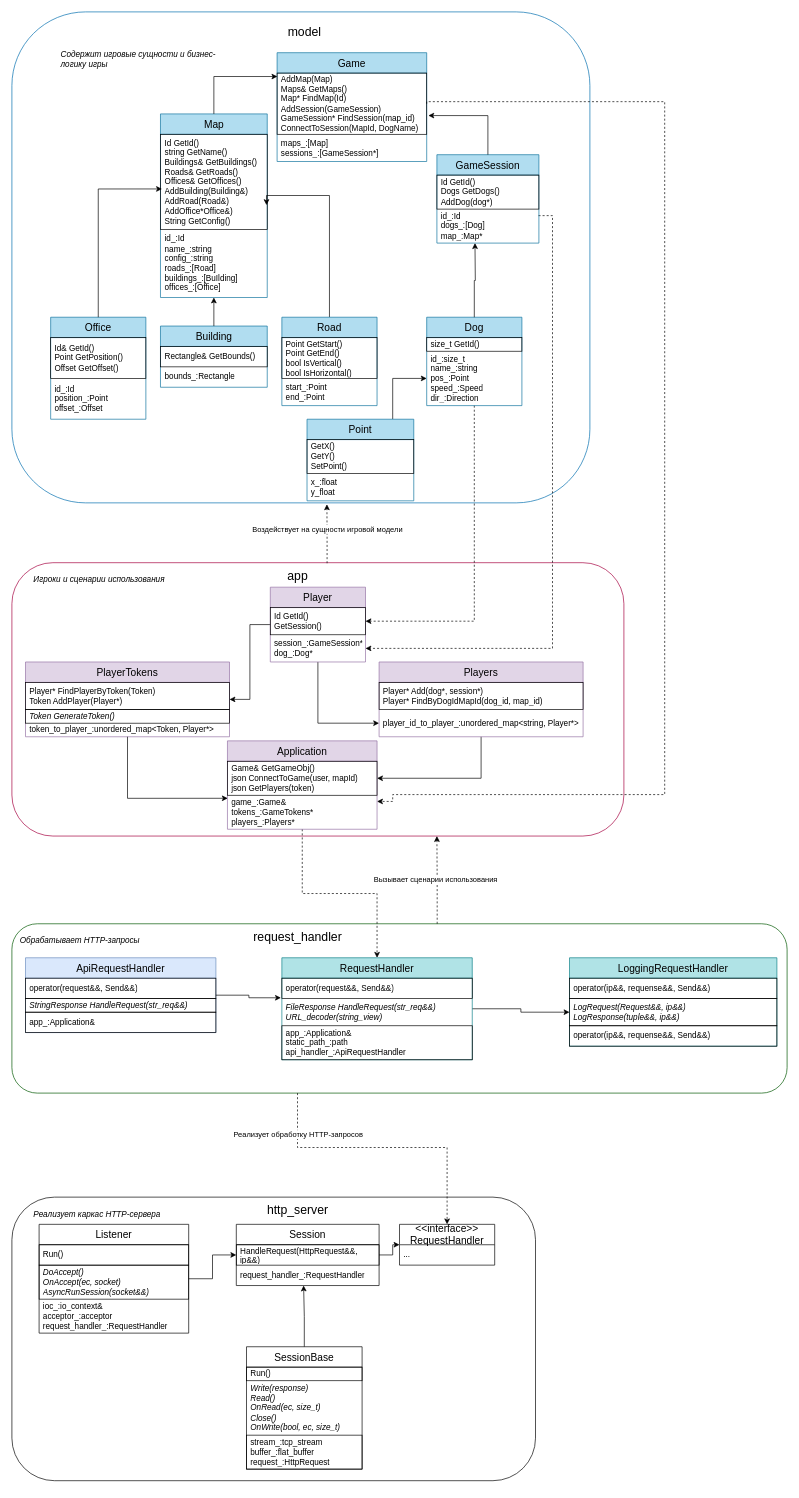
Above: myGame.drawio in Lest152/useful_code (draw.io), before the change. Source tidied: cells renumbered, new cells numbered last; positions are measured from the earlier drawing's top-left corner, leaving out a move shared by most shapes. Both pictures are drawn from the tidied source at 68%, with x=0, y=0 at pixel (12, 12).
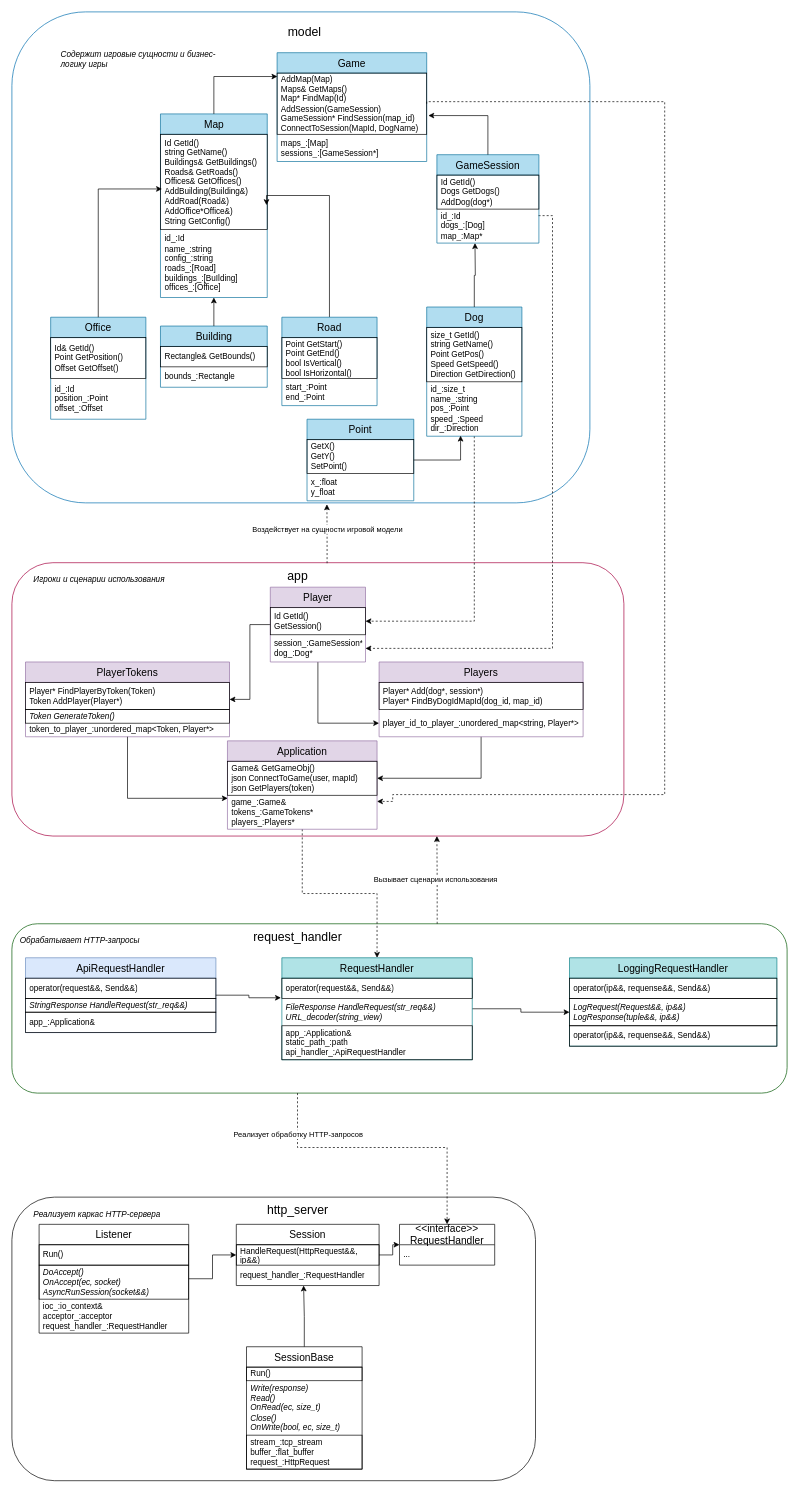
Above is the later version.

The change refers to these unchanged cells:
```xml
<mxCell id="103" value="&lt;font style=&quot;font-size: 15px;&quot;&gt;Point&lt;/font&gt;" style="swimlane;fontStyle=0;horizontal=1;startSize=30;whiteSpace=wrap;html=1;fillColor=#b1ddf0;strokeColor=#10739e;" parent="1" vertex="1">
  <mxGeometry x="434" y="599" width="157" height="120" as="geometry" />
</mxCell>
```

What changed in the source:
```diff
@@
     <mxCell id="70" value="&lt;font style=&quot;font-size: 15px;&quot;&gt;Dog&lt;/font&gt;" style="swimlane;fontStyle=0;horizontal=1;startSize=30;whiteSpace=wrap;html=1;fillColor=#b1ddf0;strokeColor=#10739e;" parent="1" vertex="1">
-      <mxGeometry x="610" y="449" width="140" height="130" as="geometry" />
+      <mxGeometry x="610" y="434" width="140" height="190" as="geometry" />
     </mxCell>
-    <mxCell id="71" value="size_t GetId()" style="text;strokeColor=default;fillColor=none;align=left;verticalAlign=middle;spacingLeft=4;spacingRight=4;overflow=hidden;whiteSpace=wrap;html=1;" parent="70" vertex="1">
-      <mxGeometry y="30" width="140" height="20" as="geometry" />
+    <mxCell id="71" value="size_t GetId()&lt;br&gt;string GetName()&lt;br&gt;Point GetPos()&lt;br&gt;Speed GetSpeed()&lt;br&gt;Direction GetDirection()" style="text;strokeColor=default;fillColor=none;align=left;verticalAlign=middle;spacingLeft=4;spacingRight=4;overflow=hidden;whiteSpace=wrap;html=1;" parent="70" vertex="1">
+      <mxGeometry y="30" width="140" height="80" as="geometry" />
     </mxCell>
     <mxCell id="72" value="id_:size_t&lt;br&gt;name_:string&lt;br&gt;pos_:Point&lt;br&gt;speed_:Speed&lt;br&gt;dir_:Direction" style="text;strokeColor=none;fillColor=none;align=left;verticalAlign=middle;spacingLeft=4;spacingRight=4;overflow=hidden;points=[[0,0.5],[1,0.5]];portConstraint=eastwest;whiteSpace=wrap;html=1;" parent="70" vertex="1">
-      <mxGeometry y="50" width="140" height="80" as="geometry" />
+      <mxGeometry y="110" width="140" height="80" as="geometry" />
     </mxCell>
@@
-    <mxCell id="102" style="edgeStyle=orthogonalEdgeStyle;rounded=0;jettySize=auto;html=1;" parent="1" edge="1" source="103" target="72">
-      <mxGeometry relative="1" as="geometry">
-        <Array as="points">
-          <mxPoint x="560" y="539" />
-        </Array>
-      </mxGeometry>
-    </mxCell>
@@
+    <mxCell id="102" style="edgeStyle=orthogonalEdgeStyle;rounded=0;jettySize=auto;html=1;entryX=0.356;entryY=0.99;entryDx=0;entryDy=0;entryPerimeter=0;" parent="1" edge="1" source="103" target="72">
+      <mxGeometry relative="1" as="geometry" />
+    </mxCell>
```
